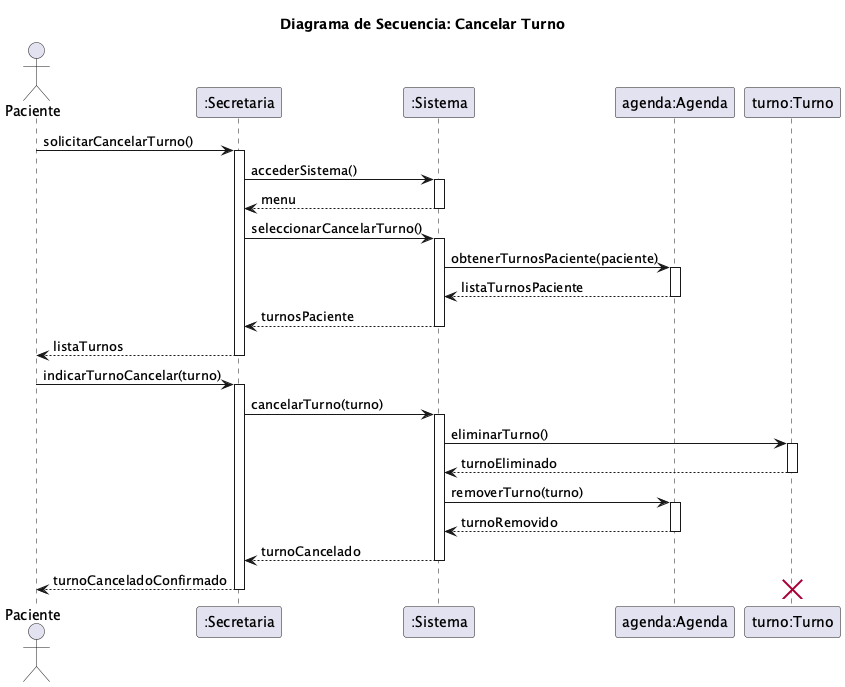
Before: diagramas/05-diagramas-secuencia/05-secuencia-cancelar-turno-cancelar-turno-02.png, a diagram exported from PlantUML (FacundoGuiraldes/SistemaTurnosMedicos).
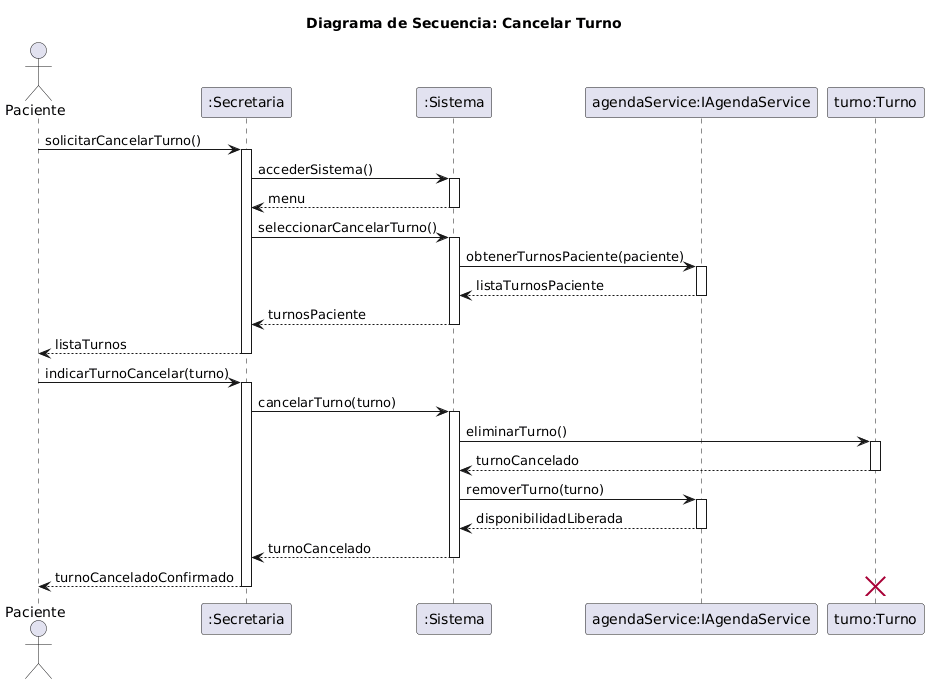
The same diagram one commit later.

Commit message:
fix: actualizar diagramas de secuencia .puml y .png según el feedback de arquitectura

What changed in the source:
```diff
@@ -4,7 +4,7 @@
 actor Paciente
 participant ":Secretaria" as secretaria
 participant ":Sistema" as sistema
-participant "agenda:Agenda" as agenda
+participant "agendaService:IAgendaService" as agendaService
 participant "turno:Turno" as turno
 
 Paciente -> secretaria: solicitarCancelarTurno()
@@ -15,10 +15,10 @@
 deactivate sistema
 secretaria -> sistema: seleccionarCancelarTurno()
 activate sistema
-sistema -> agenda: obtenerTurnosPaciente(paciente)
-activate agenda
-agenda --> sistema: listaTurnosPaciente
-deactivate agenda
+sistema -> agendaService: obtenerTurnosPaciente(paciente)
+activate agendaService
+agendaService --> sistema: listaTurnosPaciente
+deactivate agendaService
 sistema --> secretaria: turnosPaciente
 deactivate sistema
 secretaria --> Paciente: listaTurnos
@@ -30,12 +30,12 @@
 activate sistema
 sistema -> turno: eliminarTurno()
 activate turno
-turno --> sistema: turnoEliminado
+turno --> sistema: turnoCancelado
 deactivate turno
-sistema -> agenda: removerTurno(turno)
-activate agenda
-agenda --> sistema: turnoRemovido
-deactivate agenda
+sistema -> agendaService: removerTurno(turno)
+activate agendaService
+agendaService --> sistema: disponibilidadLiberada
+deactivate agendaService
 sistema --> secretaria: turnoCancelado
 deactivate sistema
 secretaria --> Paciente: turnoCanceladoConfirmado
```
